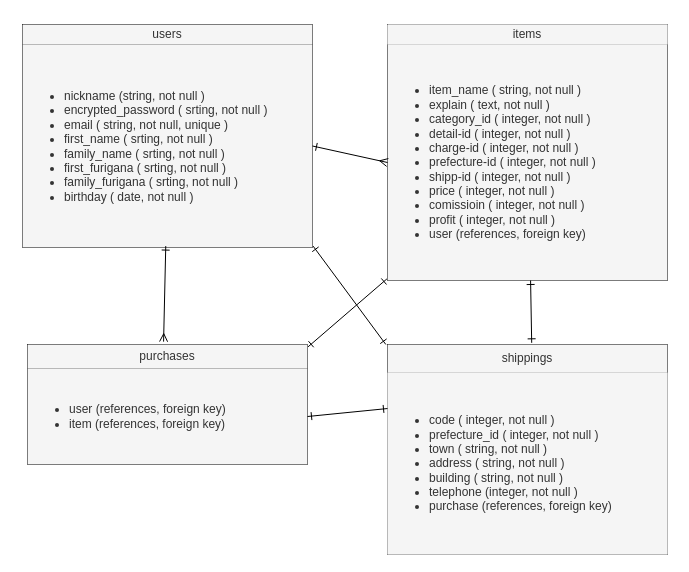
The draw.io diagram ER.dio in Dekopon06/furima-37043, before the edit. Source tidied: cells renumbered, new cells numbered last; positions are measured from the earlier drawing's top-left corner, leaving out a move shared by most shapes. Both pictures are drawn from the tidied source at 100%, with x=0, y=0 at pixel (22, 24).
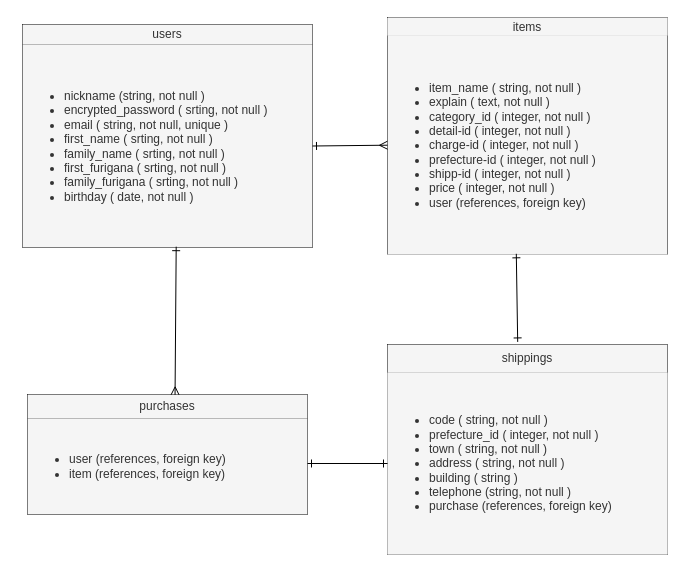
After the change.

Unchanged cells that the change refers to:
```xml
<mxCell id="10" style="shape=partialRectangle;fillColor=none;top=0;left=0;bottom=0;right=0;points=[[0,0.5],[1,0.5]];portConstraint=eastwest;" parent="7" vertex="1">
  <mxGeometry y="20" width="290" height="203" as="geometry" />
</mxCell>
<mxCell id="13" style="shape=partialRectangle;fillColor=none;top=0;left=0;bottom=0;right=0;points=[[0,0.5],[1,0.5]];portConstraint=eastwest;" parent="12" vertex="1">
  <mxGeometry width="280" height="28" as="geometry" />
</mxCell>
<mxCell id="15" style="shape=partialRectangle;fillColor=#f5f5f5;top=0;left=0;bottom=0;right=0;points=[[0,0.5],[1,0.5]];portConstraint=eastwest;strokeColor=#666666;fontColor=#333333;" parent="12" vertex="1">
  <mxGeometry y="28" width="280" height="182" as="geometry" />
</mxCell>
<mxCell id="18" style="shape=partialRectangle;fillColor=none;top=0;left=0;bottom=0;right=0;points=[[0,0.5],[1,0.5]];portConstraint=eastwest;" parent="17" vertex="1">
  <mxGeometry width="280" height="24" as="geometry" />
</mxCell>
<mxCell id="20" style="shape=partialRectangle;fillColor=none;top=0;left=0;bottom=0;right=0;points=[[0,0.5],[1,0.5]];portConstraint=eastwest;" parent="17" vertex="1">
  <mxGeometry y="24" width="280" height="96" as="geometry" />
</mxCell>
```

Diff of the diagram source:
```diff
@@
     <mxCell id="2" style="shape=table;startSize=0;childLayout=tableLayout;" parent="1" vertex="1">
-      <mxGeometry x="365" width="280" height="256" as="geometry" />
+      <mxGeometry x="365" y="-6.8" width="280" height="236.5" as="geometry" />
     </mxCell>
     <mxCell id="3" style="shape=partialRectangle;top=0;left=0;bottom=0;right=0;fillColor=#f5f5f5;strokeColor=#666666;fontColor=#333333;" parent="2" vertex="1">
-      <mxGeometry width="280" height="20" as="geometry" />
+      <mxGeometry width="280" height="18" as="geometry" />
     </mxCell>
     <mxCell id="4" value="items" style="shape=partialRectangle;html=1;whiteSpace=wrap;overflow=hidden;top=0;left=0;bottom=0;right=0;fillColor=#f5f5f5;strokeColor=#666666;fontColor=#333333;" parent="3" vertex="1">
-      <mxGeometry width="280" height="20" as="geometry" />
+      <mxGeometry width="280" height="18" as="geometry" />
     </mxCell>
     <mxCell id="5" style="shape=partialRectangle;fillColor=none;top=0;left=0;bottom=0;right=0;points=[[0,0.5],[1,0.5]];portConstraint=eastwest;strokeWidth=10;" parent="2" vertex="1">
-      <mxGeometry y="20" width="280" height="236" as="geometry" />
+      <mxGeometry y="18" width="280" height="219" as="geometry" />
     </mxCell>
-    <mxCell id="6" value="&lt;ul&gt;&lt;li&gt;item_name ( string, not null )&lt;/li&gt;&lt;li&gt;explain&amp;nbsp;( text, not null )&lt;/li&gt;&lt;li&gt;category_id ( integer, not null )&lt;/li&gt;&lt;li&gt;detail-id ( integer, not null )&lt;/li&gt;&lt;li&gt;charge-id ( integer, not null )&lt;/li&gt;&lt;li&gt;prefecture-id ( integer, not null )&lt;/li&gt;&lt;li&gt;shipp-id ( integer, not null )&lt;/li&gt;&lt;li&gt;price ( integer, not null )&lt;/li&gt;&lt;li&gt;comissioin&amp;nbsp;( integer, not null )&lt;/li&gt;&lt;li&gt;profit&amp;nbsp;( integer, not null )&lt;/li&gt;&lt;li&gt;user (references, foreign key)&lt;/li&gt;&lt;/ul&gt;" style="shape=partialRectangle;html=1;whiteSpace=wrap;overflow=hidden;top=0;left=0;bottom=0;right=0;fillColor=#f5f5f5;strokeColor=#666666;fontColor=#333333;align=left;verticalAlign=middle;" parent="5" vertex="1">
-      <mxGeometry width="280" height="236" as="geometry" />
+    <mxCell id="6" value="&lt;ul&gt;&lt;li&gt;item_name ( string, not null )&lt;/li&gt;&lt;li&gt;explain&amp;nbsp;( text, not null )&lt;/li&gt;&lt;li&gt;category_id ( integer, not null )&lt;/li&gt;&lt;li&gt;detail-id ( integer, not null )&lt;/li&gt;&lt;li&gt;charge-id ( integer, not null )&lt;/li&gt;&lt;li&gt;prefecture-id ( integer, not null )&lt;/li&gt;&lt;li&gt;shipp-id ( integer, not null )&lt;/li&gt;&lt;li&gt;price ( integer, not null )&lt;/li&gt;&lt;li&gt;user (references, foreign key)&lt;/li&gt;&lt;/ul&gt;" style="shape=partialRectangle;html=1;whiteSpace=wrap;overflow=hidden;top=0;left=0;bottom=0;right=0;fillColor=#f5f5f5;strokeColor=#666666;fontColor=#333333;align=left;verticalAlign=middle;" parent="5" vertex="1">
+      <mxGeometry width="280" height="219" as="geometry" />
     </mxCell>
@@
-    <mxCell id="16" value="&lt;ul&gt;&lt;li&gt;code&amp;nbsp;( integer, not null )&lt;/li&gt;&lt;li&gt;prefecture_id ( integer, not null )&lt;/li&gt;&lt;li&gt;town ( string, not null )&lt;/li&gt;&lt;li&gt;address&amp;nbsp;( string, not null )&lt;/li&gt;&lt;li&gt;building&amp;nbsp;( string, not null )&lt;/li&gt;&lt;li&gt;telephone (integer, not null )&lt;/li&gt;&lt;li&gt;purchase (references, foreign key)&lt;/li&gt;&lt;/ul&gt;" style="shape=partialRectangle;html=1;whiteSpace=wrap;overflow=hidden;fillColor=#f5f5f5;top=0;left=0;bottom=0;right=0;align=left;strokeColor=#666666;fontColor=#333333;" parent="15" vertex="1">
+    <mxCell id="16" value="&lt;ul&gt;&lt;li&gt;code&amp;nbsp;( string, not null )&lt;/li&gt;&lt;li&gt;prefecture_id ( integer, not null )&lt;/li&gt;&lt;li&gt;town ( string, not null )&lt;/li&gt;&lt;li&gt;address&amp;nbsp;( string, not null )&lt;/li&gt;&lt;li&gt;building&amp;nbsp;( string )&lt;/li&gt;&lt;li&gt;telephone (string, not null )&lt;/li&gt;&lt;li&gt;purchase (references, foreign key)&lt;/li&gt;&lt;/ul&gt;" style="shape=partialRectangle;html=1;whiteSpace=wrap;overflow=hidden;fillColor=#f5f5f5;top=0;left=0;bottom=0;right=0;align=left;strokeColor=#666666;fontColor=#333333;" parent="15" vertex="1">
       <mxGeometry width="280" height="182" as="geometry" />
     </mxCell>
     <mxCell id="17" style="shape=table;startSize=0;childLayout=tableLayout;" parent="1" vertex="1">
-      <mxGeometry x="5" y="320" width="280" height="120" as="geometry" />
+      <mxGeometry x="5" y="370" width="280" height="120" as="geometry" />
     </mxCell>
@@
-    <mxCell id="22" style="edgeStyle=none;rounded=0;jettySize=auto;html=1;exitX=1;exitY=0.5;exitDx=0;exitDy=0;entryX=0;entryY=0.5;entryDx=0;entryDy=0;endArrow=ERmany;endFill=0;strokeWidth=1;startArrow=ERone;startFill=0;" parent="1" edge="1" source="10" target="5">
+    <mxCell id="22" style="edgeStyle=none;rounded=0;jettySize=auto;html=1;endArrow=ERmany;endFill=0;strokeWidth=1;startArrow=ERone;startFill=0;entryX=0;entryY=0.5;entryDx=0;entryDy=0;exitX=1;exitY=0.5;exitDx=0;exitDy=0;" parent="1" edge="1" source="10" target="5">
       <mxGeometry relative="1" as="geometry" />
     </mxCell>
-    <mxCell id="23" style="edgeStyle=none;rounded=0;jettySize=auto;html=1;exitX=0.494;exitY=0.993;exitDx=0;exitDy=0;endArrow=ERmany;endFill=0;exitPerimeter=0;entryX=0.486;entryY=-0.119;entryDx=0;entryDy=0;entryPerimeter=0;startArrow=ERone;startFill=0;" parent="1" edge="1" source="10" target="18">
+    <mxCell id="23" style="edgeStyle=none;rounded=0;jettySize=auto;html=1;endArrow=ERmany;endFill=0;startArrow=ERone;startFill=0;exitX=0.53;exitY=0.996;exitDx=0;exitDy=0;exitPerimeter=0;entryX=0.527;entryY=0.015;entryDx=0;entryDy=0;entryPerimeter=0;" parent="1" edge="1" source="10" target="18">
       <mxGeometry relative="1" as="geometry" />
     </mxCell>
-    <mxCell id="24" style="edgeStyle=none;rounded=0;jettySize=auto;html=1;exitX=1.002;exitY=0.993;exitDx=0;exitDy=0;endArrow=ERone;endFill=0;exitPerimeter=0;entryX=-0.006;entryY=-0.001;entryDx=0;entryDy=0;entryPerimeter=0;startArrow=ERone;startFill=0;" parent="1" edge="1" source="10" target="13">
-      <mxGeometry relative="1" as="geometry" />
-    </mxCell>
+    <mxCell id="27" style="edgeStyle=none;rounded=0;jettySize=auto;html=1;startArrow=ERone;startFill=0;endArrow=ERone;endFill=0;strokeWidth=1;entryX=0;entryY=0.5;entryDx=0;entryDy=0;" parent="1" edge="1" target="15">
+      <mxGeometry relative="1" as="geometry">
+        <mxPoint x="285" y="439" as="sourcePoint" />
+      </mxGeometry>
+    </mxCell>
-    <mxCell id="25" style="edgeStyle=none;rounded=0;jettySize=auto;html=1;exitX=0.511;exitY=1;exitDx=0;exitDy=0;entryX=0.515;entryY=-0.06;entryDx=0;entryDy=0;entryPerimeter=0;startArrow=ERone;startFill=0;endArrow=ERone;endFill=0;strokeWidth=1;exitPerimeter=0;" parent="1" edge="1" source="5" target="13">
+    <mxCell id="25" style="edgeStyle=none;rounded=0;jettySize=auto;html=1;endArrow=ERone;endFill=0;startArrow=ERone;startFill=0;entryX=0.465;entryY=-0.092;entryDx=0;entryDy=0;entryPerimeter=0;exitX=0.46;exitY=0.996;exitDx=0;exitDy=0;exitPerimeter=0;" parent="1" edge="1" source="5" target="13">
       <mxGeometry relative="1" as="geometry" />
     </mxCell>
-    <mxCell id="26" style="edgeStyle=none;rounded=0;jettySize=auto;html=1;exitX=-0.002;exitY=0.993;exitDx=0;exitDy=0;entryX=1.002;entryY=0.097;entryDx=0;entryDy=0;entryPerimeter=0;startArrow=ERone;startFill=0;endArrow=ERone;endFill=0;strokeWidth=1;exitPerimeter=0;" parent="1" edge="1" source="5" target="18">
-      <mxGeometry relative="1" as="geometry" />
-    </mxCell>
-    <mxCell id="27" style="edgeStyle=none;rounded=0;jettySize=auto;html=1;exitX=1;exitY=0.5;exitDx=0;exitDy=0;entryX=0;entryY=0.198;entryDx=0;entryDy=0;entryPerimeter=0;startArrow=ERone;startFill=0;endArrow=ERone;endFill=0;strokeWidth=1;" parent="1" edge="1" source="20" target="15">
-      <mxGeometry relative="1" as="geometry" />
-    </mxCell>
```
